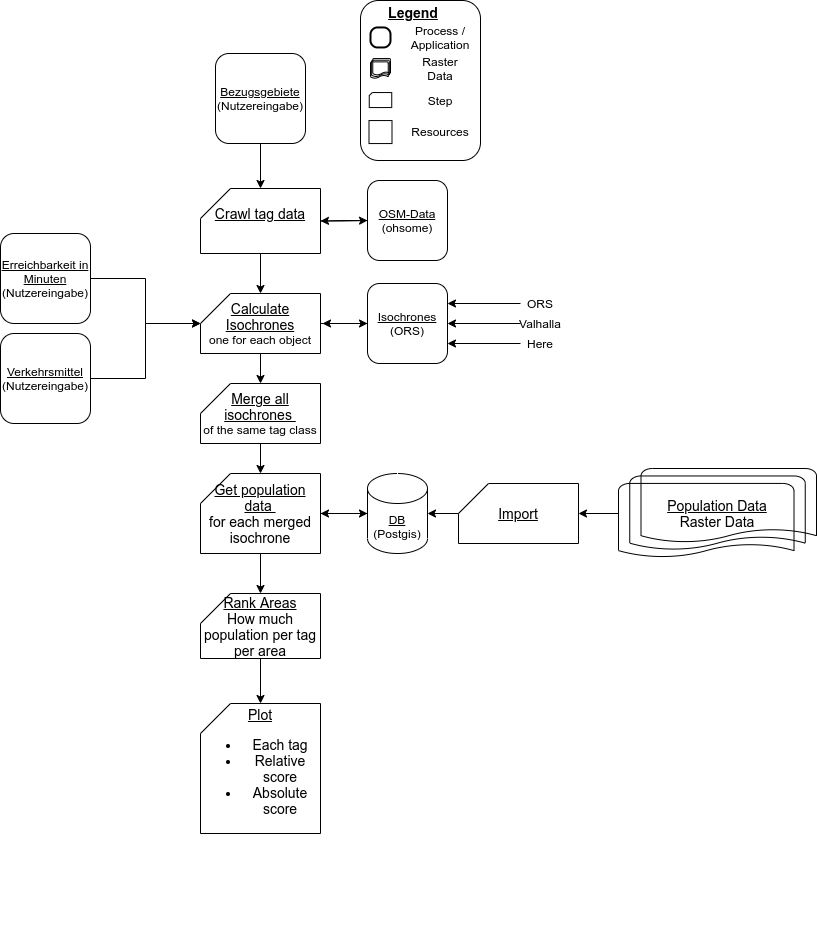
Above: static/flows/processing_flow.png in MichaelsJP/Unrelevant (draw.io), before the change. Source tidied: cells renumbered, new cells last; positions are measured from the earlier drawing's top-left corner, leaving out a move shared by most shapes.
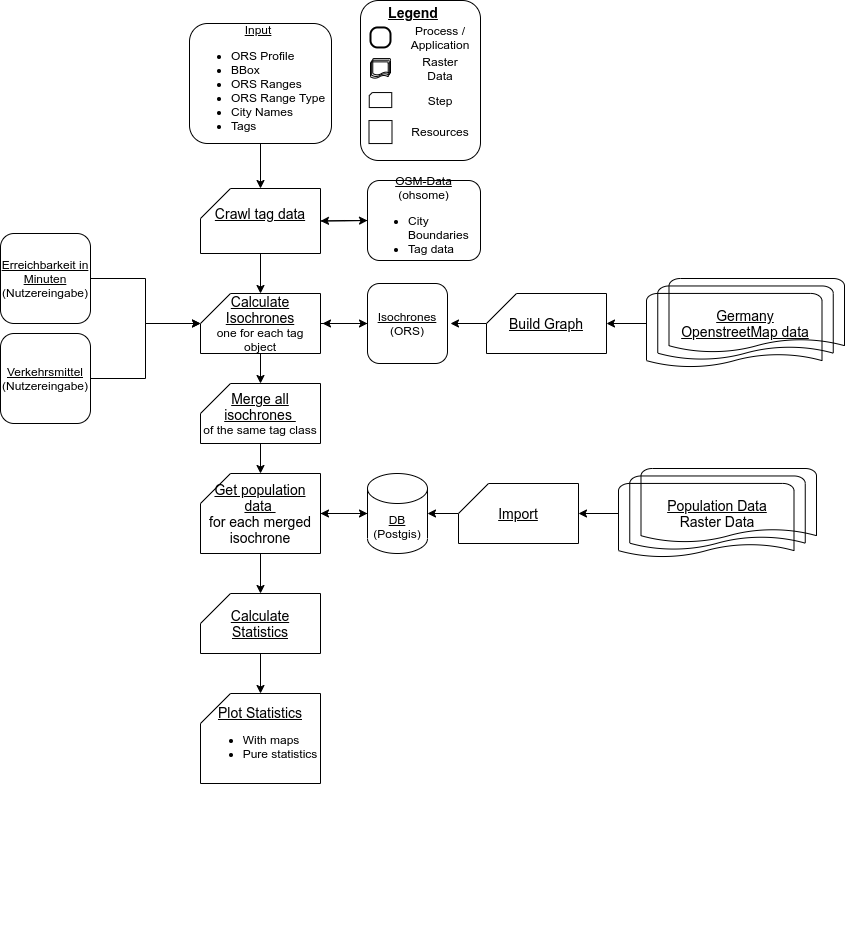
Above is the later version.

Commit message:
update flow with current implementation

Diff of the diagram source:
```diff
@@ -41,8 +41,8 @@
     <mxCell id="14" style="edgeStyle=orthogonalEdgeStyle;rounded=0;jettySize=auto;html=1;entryX=1;entryY=0.5;entryDx=0;entryDy=0;entryPerimeter=0;" parent="1" edge="1" source="15" target="28">
       <mxGeometry relative="1" as="geometry" />
     </mxCell>
-    <mxCell id="15" value="&lt;u&gt;OSM-Data&lt;/u&gt;&lt;br&gt;(ohsome)" style="rounded=1;whiteSpace=wrap;html=1;fontFamily=Helvetica;fontSize=12;fontColor=#000000;align=center;strokeColor=#000000;fillColor=#ffffff;" parent="1" vertex="1">
-      <mxGeometry x="367" y="180" width="80" height="80" as="geometry" />
+    <mxCell id="15" value="&lt;u&gt;OSM-Data&lt;/u&gt;&lt;br&gt;(ohsome)&lt;br&gt;&lt;ul&gt;&lt;li style=&quot;text-align: left&quot;&gt;&lt;span&gt;City Boundaries&lt;/span&gt;&lt;/li&gt;&lt;li style=&quot;text-align: left&quot;&gt;&lt;span&gt;Tag data&lt;/span&gt;&lt;/li&gt;&lt;/ul&gt;" style="rounded=1;whiteSpace=wrap;html=1;fontFamily=Helvetica;fontSize=12;fontColor=#000000;align=center;strokeColor=#000000;fillColor=#ffffff;" parent="1" vertex="1">
+      <mxGeometry x="367" y="180" width="113" height="80" as="geometry" />
     </mxCell>
     <mxCell id="16" style="edgeStyle=orthogonalEdgeStyle;rounded=0;orthogonalLoop=1;jettySize=auto;html=1;entryX=1;entryY=0.5;entryDx=0;entryDy=0;entryPerimeter=0;" parent="1" edge="1">
       <mxGeometry relative="1" as="geometry">
@@ -52,8 +52,8 @@
     <mxCell id="17" style="edgeStyle=orthogonalEdgeStyle;rounded=0;jettySize=auto;html=1;entryX=0.5;entryY=0;entryDx=0;entryDy=0;entryPerimeter=0;" parent="1" edge="1" source="18" target="28">
       <mxGeometry relative="1" as="geometry" />
     </mxCell>
-    <mxCell id="18" value="&lt;u&gt;Bezugsgebiete&lt;/u&gt;&lt;br&gt;(Nutzereingabe)" style="rounded=1;whiteSpace=wrap;html=1;fontFamily=Helvetica;fontSize=12;fontColor=#000000;align=center;strokeColor=#000000;fillColor=#ffffff;" parent="1" vertex="1">
-      <mxGeometry x="215" y="53" width="90" height="90" as="geometry" />
+    <mxCell id="18" value="&lt;div style=&quot;text-align: center&quot;&gt;&lt;u&gt;Input&lt;/u&gt;&lt;/div&gt;&lt;ul&gt;&lt;li&gt;ORS Profile&lt;/li&gt;&lt;li&gt;BBox&lt;/li&gt;&lt;li&gt;ORS Ranges&lt;/li&gt;&lt;li&gt;ORS Range Type&lt;/li&gt;&lt;li&gt;&lt;span&gt;City Names&lt;/span&gt;&lt;/li&gt;&lt;li&gt;&lt;span&gt;Tags&lt;/span&gt;&lt;br&gt;&lt;/li&gt;&lt;/ul&gt;" style="rounded=1;whiteSpace=wrap;html=1;fontFamily=Helvetica;fontSize=12;fontColor=#000000;align=left;strokeColor=#000000;fillColor=#ffffff;" parent="1" vertex="1">
+      <mxGeometry x="189" y="23" width="142" height="120" as="geometry" />
     </mxCell>
     <mxCell id="19" style="group;" parent="1" vertex="1">
       <mxGeometry x="367" y="468" width="449" height="90" as="geometry" />
@@ -122,7 +122,7 @@
     <mxCell id="39" style="edgeStyle=orthogonalEdgeStyle;rounded=0;jettySize=auto;html=1;entryX=0.5;entryY=0;entryDx=0;entryDy=0;entryPerimeter=0;" parent="1" edge="1" source="40" target="42">
       <mxGeometry relative="1" as="geometry" />
     </mxCell>
-    <mxCell id="40" value="&lt;font&gt;&lt;u style=&quot;font-size: 14px&quot;&gt;Calculate Isochrones&lt;br&gt;&lt;/u&gt;one for each object&lt;br&gt;&lt;/font&gt;" style="shape=card;whiteSpace=wrap;html=1;fontFamily=Helvetica;fontSize=12;fontColor=#000000;align=center;strokeColor=#000000;fillColor=#ffffff;" parent="1" vertex="1">
+    <mxCell id="40" value="&lt;font&gt;&lt;u style=&quot;font-size: 14px&quot;&gt;Calculate Isochrones&lt;br&gt;&lt;/u&gt;one for each tag object&lt;br&gt;&lt;/font&gt;" style="shape=card;whiteSpace=wrap;html=1;fontFamily=Helvetica;fontSize=12;fontColor=#000000;align=center;strokeColor=#000000;fillColor=#ffffff;" parent="1" vertex="1">
       <mxGeometry x="200" y="293" width="120" height="60" as="geometry" />
     </mxCell>
     <mxCell id="41" style="edgeStyle=orthogonalEdgeStyle;rounded=0;jettySize=auto;html=1;entryX=0.5;entryY=0;entryDx=0;entryDy=0;entryPerimeter=0;" parent="1" edge="1" source="42" target="31">
@@ -134,34 +134,28 @@
     <mxCell id="43" style="edgeStyle=orthogonalEdgeStyle;rounded=0;jettySize=auto;html=1;entryX=1;entryY=0.5;entryDx=0;entryDy=0;entryPerimeter=0;" parent="1" edge="1" source="21" target="31">
       <mxGeometry relative="1" as="geometry" />
     </mxCell>
-    <mxCell id="44" style="edgeStyle=orthogonalEdgeStyle;rounded=0;jettySize=auto;html=1;" parent="1" edge="1" source="45">
-      <mxGeometry relative="1" as="geometry">
-        <mxPoint x="260" y="703" as="targetPoint" />
-      </mxGeometry>
+    <mxCell id="44" style="edgeStyle=orthogonalEdgeStyle;rounded=0;jettySize=auto;html=1;entryX=0.5;entryY=0;entryDx=0;entryDy=0;entryPerimeter=0;" parent="1" edge="1" source="45" target="46">
+      <mxGeometry relative="1" as="geometry" />
     </mxCell>
-    <mxCell id="45" value="&lt;font&gt;&lt;span style=&quot;font-size: 14px&quot;&gt;&lt;u&gt;Rank Areas&lt;br&gt;&lt;/u&gt;How much population per tag per area&lt;br&gt;&lt;/span&gt;&lt;/font&gt;" style="shape=card;whiteSpace=wrap;html=1;fontFamily=Helvetica;fontSize=12;fontColor=#000000;align=center;strokeColor=#000000;fillColor=#ffffff;" parent="1" vertex="1">
-      <mxGeometry x="200" y="593" width="120" height="65" as="geometry" />
+    <mxCell id="45" value="&lt;font&gt;&lt;span style=&quot;font-size: 14px&quot;&gt;&lt;u&gt;Calculate Statistics&lt;/u&gt;&lt;br&gt;&lt;/span&gt;&lt;/font&gt;" style="shape=card;whiteSpace=wrap;html=1;fontFamily=Helvetica;fontSize=12;fontColor=#000000;align=center;strokeColor=#000000;fillColor=#ffffff;" parent="1" vertex="1">
+      <mxGeometry x="200" y="593" width="120" height="60" as="geometry" />
     </mxCell>
-    <mxCell id="46" value="&lt;font&gt;&lt;span style=&quot;font-size: 14px&quot;&gt;&lt;u&gt;Plot&lt;/u&gt;&lt;br&gt;&lt;ul&gt;&lt;li&gt;&lt;font&gt;&lt;span style=&quot;font-size: 14px&quot;&gt;Each tag&lt;/span&gt;&lt;/font&gt;&lt;/li&gt;&lt;li&gt;Relative score&lt;/li&gt;&lt;li&gt;Absolute score&lt;/li&gt;&lt;/ul&gt;&lt;/span&gt;&lt;/font&gt;" style="shape=card;whiteSpace=wrap;html=1;fontFamily=Helvetica;fontSize=12;fontColor=#000000;align=center;strokeColor=#000000;fillColor=#ffffff;" parent="1" vertex="1">
-      <mxGeometry x="200" y="703" width="120" height="130" as="geometry" />
+    <mxCell id="46" value="&lt;u style=&quot;font-size: 14px&quot;&gt;Plot Statistics&lt;/u&gt;&lt;br&gt;&lt;div style=&quot;text-align: left&quot;&gt;&lt;ul&gt;&lt;li&gt;With maps&lt;/li&gt;&lt;li&gt;Pure statistics&lt;/li&gt;&lt;/ul&gt;&lt;/div&gt;" style="shape=card;whiteSpace=wrap;html=1;fontFamily=Helvetica;fontSize=12;fontColor=#000000;align=center;strokeColor=#000000;fillColor=#ffffff;" parent="1" vertex="1">
+      <mxGeometry x="200" y="693" width="120" height="90" as="geometry" />
     </mxCell>
-    <mxCell id="47" style="edgeStyle=orthogonalEdgeStyle;rounded=0;jettySize=auto;html=1;entryX=1;entryY=0.25;entryDx=0;entryDy=0;" parent="1" edge="1" source="48" target="37">
-      <mxGeometry relative="1" as="geometry" />
-    </mxCell>
-    <mxCell id="48" value="ORS" style="text;html=1;strokeColor=none;fillColor=none;align=center;verticalAlign=middle;whiteSpace=wrap;rounded=0;" parent="1" vertex="1">
-      <mxGeometry x="520" y="293" width="40" height="20" as="geometry" />
-    </mxCell>
-    <mxCell id="49" style="edgeStyle=orthogonalEdgeStyle;rounded=0;jettySize=auto;html=1;entryX=1;entryY=0.5;entryDx=0;entryDy=0;" parent="1" edge="1" source="50" target="37">
-      <mxGeometry relative="1" as="geometry" />
-    </mxCell>
-    <mxCell id="50" value="Valhalla" style="text;html=1;strokeColor=none;fillColor=none;align=center;verticalAlign=middle;whiteSpace=wrap;rounded=0;" parent="1" vertex="1">
-      <mxGeometry x="520" y="313" width="40" height="20" as="geometry" />
-    </mxCell>
-    <mxCell id="51" style="edgeStyle=orthogonalEdgeStyle;rounded=0;jettySize=auto;html=1;entryX=1;entryY=0.75;entryDx=0;entryDy=0;" parent="1" edge="1" source="52" target="37">
-      <mxGeometry relative="1" as="geometry" />
-    </mxCell>
-    <mxCell id="52" value="Here" style="text;html=1;strokeColor=none;fillColor=none;align=center;verticalAlign=middle;whiteSpace=wrap;rounded=0;" parent="1" vertex="1">
-      <mxGeometry x="520" y="333" width="40" height="20" as="geometry" />
-    </mxCell>
+    <mxCell id="53" value="&lt;span style=&quot;font-size: 14px&quot;&gt;&lt;u&gt;Germany&lt;br&gt;OpenstreetMap data&lt;/u&gt;&lt;br&gt;&lt;/span&gt;" style="strokeWidth=1;html=1;shape=mxgraph.flowchart.multi-document;whiteSpace=wrap;rounded=1;fillColor=none;" parent="1" vertex="1">
+      <mxGeometry x="646" y="278" width="198" height="90" as="geometry" />
+    </mxCell>
+    <mxCell id="54" style="edgeStyle=orthogonalEdgeStyle;rounded=0;jettySize=auto;html=1;" parent="1" edge="1" source="55">
+      <mxGeometry relative="1" as="geometry">
+        <mxPoint x="450" y="323" as="targetPoint" />
+      </mxGeometry>
+    </mxCell>
+    <mxCell id="55" value="&lt;font&gt;&lt;span style=&quot;font-size: 14px&quot;&gt;&lt;u&gt;Build Graph&lt;/u&gt;&lt;/span&gt;&lt;br&gt;&lt;/font&gt;" style="shape=card;whiteSpace=wrap;html=1;fontFamily=Helvetica;fontSize=12;fontColor=#000000;align=center;strokeColor=#000000;fillColor=#ffffff;" parent="1" vertex="1">
+      <mxGeometry x="486" y="293" width="120" height="60" as="geometry" />
+    </mxCell>
+    <mxCell id="56" style="edgeStyle=orthogonalEdgeStyle;rounded=0;jettySize=auto;html=1;" parent="1" edge="1" source="53" target="55">
+      <mxGeometry relative="1" as="geometry" />
+    </mxCell>
   </root>
 </mxGraphModel>
```
